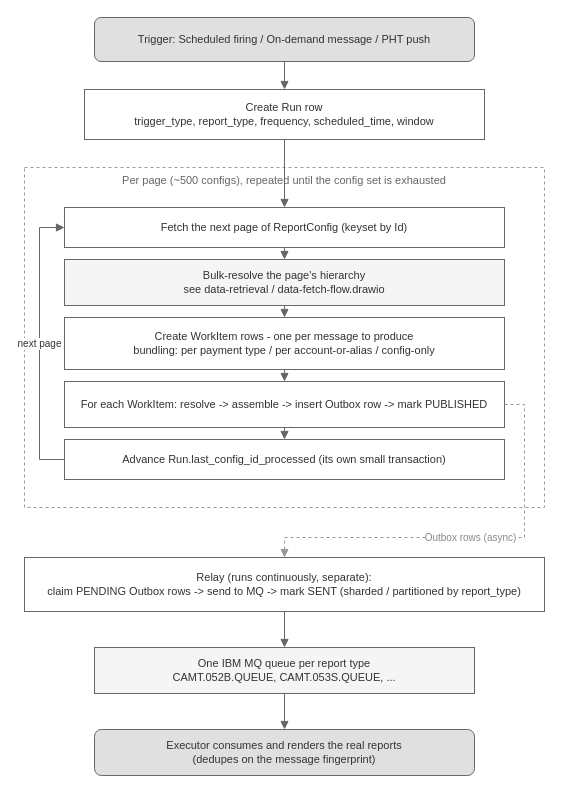
vijaykumarn/research keeps this draw.io diagram as page "1 - End to end" (1 of 4) of supervisor-project/02-design/message-pipeline/pipeline-flow.drawio. Above is the earlier version. Source tidied: cells renumbered, new cells numbered last; positions are measured from the earlier drawing's top-left corner, leaving out a move shared by most shapes. Both pictures are drawn from the tidied source at 100%, with x=0, y=0 at pixel (24, 17).
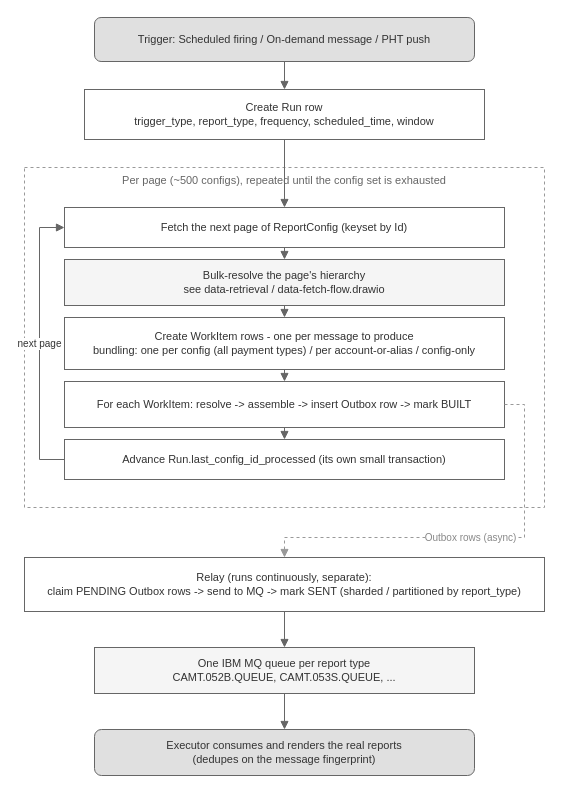
Above is the later version.

Diff of the diagram source:
```diff
@@
-    <mxCell id="7" value="Create WorkItem rows - one per message to produce&#10;bundling: per payment type  /  per account-or-alias  /  config-only" style="rounded=0;whiteSpace=wrap;html=1;fillColor=#ffffff;strokeColor=#666666;fontColor=#333333;fontSize=11;" parent="1" vertex="1">
+    <mxCell id="7" value="Create WorkItem rows - one per message to produce&#10;bundling: one per config (all payment types)  /  per account-or-alias  /  config-only" style="rounded=0;whiteSpace=wrap;html=1;fillColor=#ffffff;strokeColor=#666666;fontColor=#333333;fontSize=11;" parent="1" vertex="1">
       <mxGeometry x="40" y="300" width="440" height="52" as="geometry" />
     </mxCell>
-    <mxCell id="8" value="For each WorkItem:   resolve  -&gt;  assemble  -&gt;  insert Outbox row  -&gt;  mark PUBLISHED" style="rounded=0;whiteSpace=wrap;html=1;fillColor=#ffffff;strokeColor=#666666;fontColor=#333333;fontSize=11;" parent="1" vertex="1">
+    <mxCell id="8" value="For each WorkItem:   resolve  -&gt;  assemble  -&gt;  insert Outbox row  -&gt;  mark BUILT" style="rounded=0;whiteSpace=wrap;html=1;fillColor=#ffffff;strokeColor=#666666;fontColor=#333333;fontSize=11;" parent="1" vertex="1">
       <mxGeometry x="40" y="364" width="440" height="46" as="geometry" />
     </mxCell>
```
